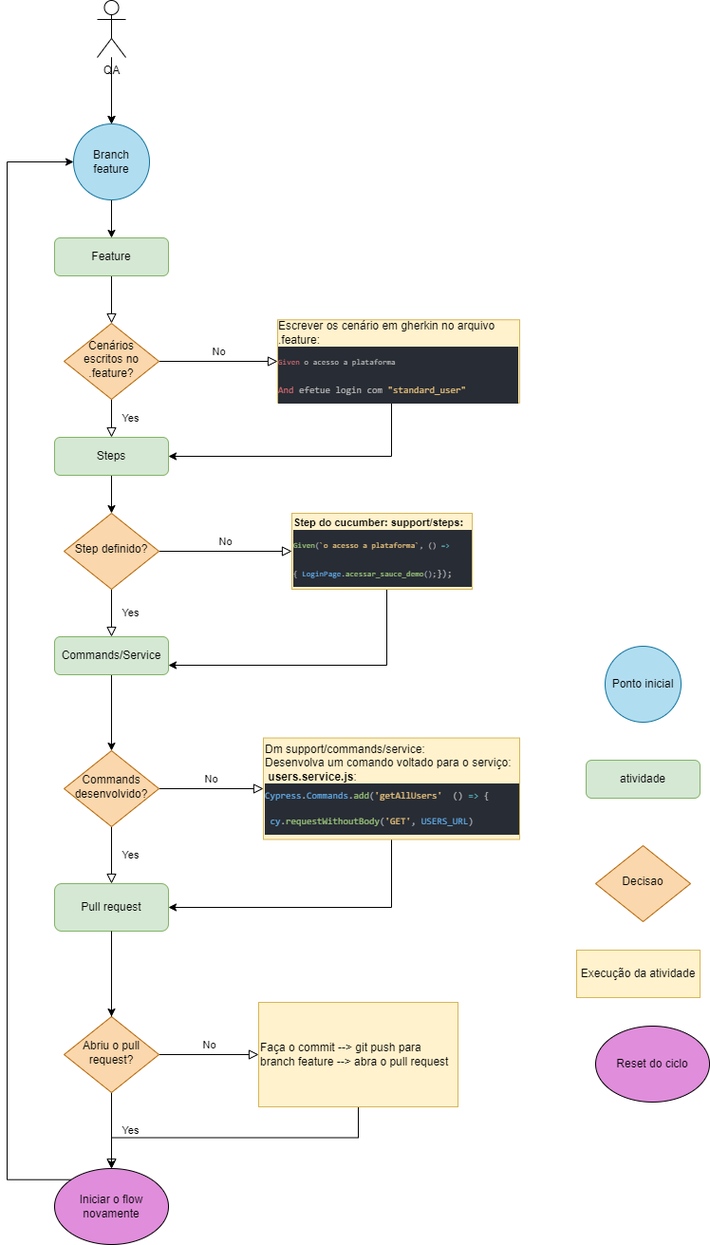
Above: workflow/Copy of image of flow_backend.drawio.png in raphaelpalhano/cypress_backend (draw.io), before the change. Source tidied: cells renumbered, new cells last; positions are measured from the earlier drawing's top-left corner, leaving out a move shared by most shapes.
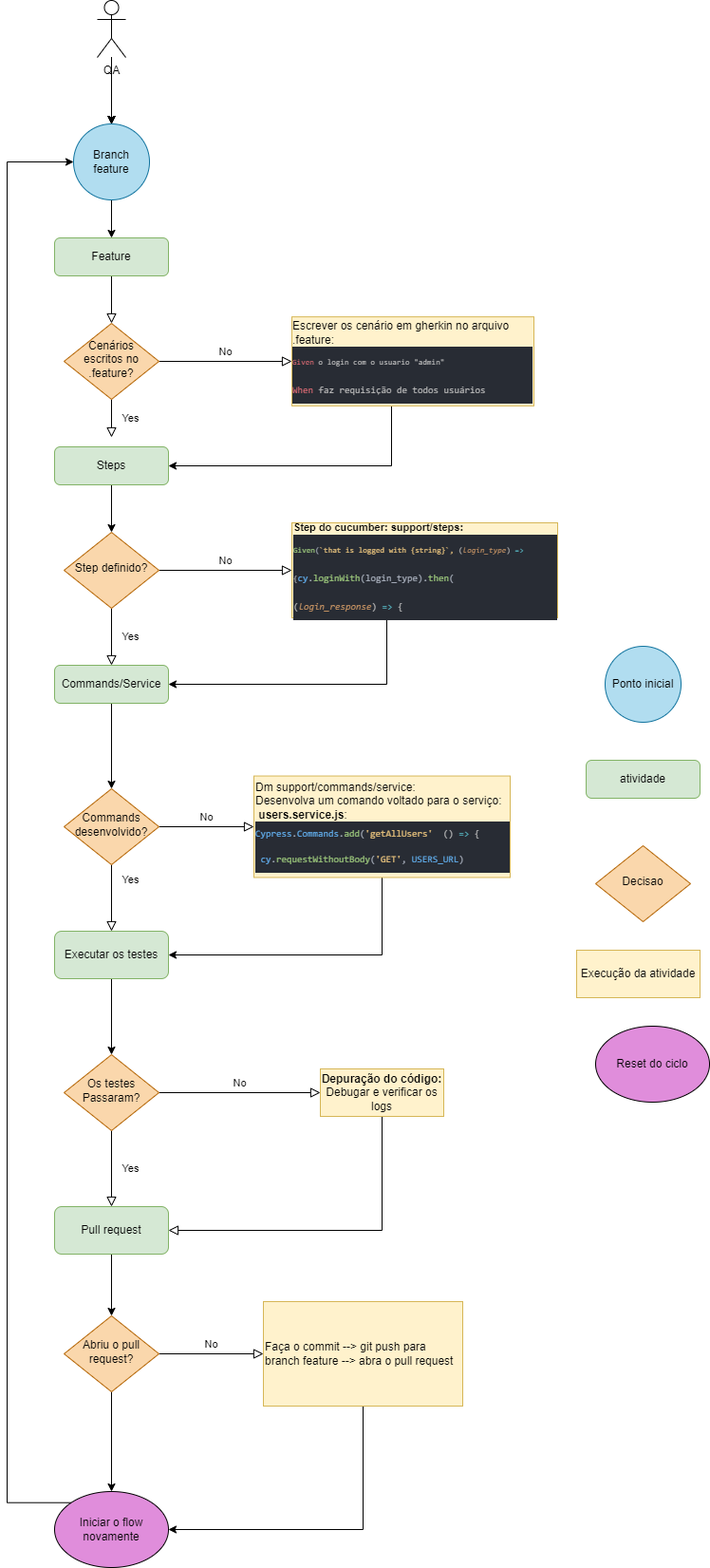
After the commit.

What changed in the source:
```diff
@@ -31,3 +31,3 @@
     <mxCell id="10" value="Steps" style="rounded=1;whiteSpace=wrap;html=1;fontSize=12;glass=0;strokeWidth=1;shadow=0;fillColor=#d5e8d4;strokeColor=#82b366;" parent="1" vertex="1">
-      <mxGeometry x="50" y="460" width="120" height="40" as="geometry" />
+      <mxGeometry x="50" y="470" width="120" height="40" as="geometry" />
     </mxCell>
@@ -39,2 +39,14 @@
     </mxCell>
+    <mxCell id="46" style="edgeStyle=orthogonalEdgeStyle;rounded=0;jettySize=auto;html=1;" parent="1" edge="1" source="13" target="8">
+      <mxGeometry relative="1" as="geometry" />
+    </mxCell>
+    <mxCell id="47" style="edgeStyle=orthogonalEdgeStyle;rounded=0;jettySize=auto;html=1;" parent="1" edge="1" source="13" target="8">
+      <mxGeometry relative="1" as="geometry" />
+    </mxCell>
+    <mxCell id="48" style="edgeStyle=orthogonalEdgeStyle;rounded=0;jettySize=auto;html=1;" parent="1" edge="1" source="13" target="8">
+      <mxGeometry relative="1" as="geometry" />
+    </mxCell>
+    <mxCell id="49" style="edgeStyle=orthogonalEdgeStyle;rounded=0;jettySize=auto;html=1;" parent="1" edge="1" source="13" target="8">
+      <mxGeometry relative="1" as="geometry" />
+    </mxCell>
     <mxCell id="13" value="QA" style="shape=umlActor;verticalLabelPosition=bottom;verticalAlign=top;html=1;outlineConnect=0;" parent="1" vertex="1">
@@ -61,5 +73,5 @@
     <mxCell id="20" value="Step definido?" style="rhombus;whiteSpace=wrap;html=1;shadow=0;fontFamily=Helvetica;fontSize=12;align=center;strokeWidth=1;spacing=6;spacingTop=-4;fillColor=#fad7ac;strokeColor=#b46504;" parent="1" vertex="1">
-      <mxGeometry x="60" y="540" width="100" height="80" as="geometry" />
+      <mxGeometry x="60" y="560" width="100" height="80" as="geometry" />
     </mxCell>
-    <mxCell id="21" style="edgeStyle=orthogonalEdgeStyle;rounded=0;jettySize=auto;html=1;" parent="1" edge="1" source="22" target="25">
+    <mxCell id="21" style="edgeStyle=orthogonalEdgeStyle;rounded=0;jettySize=auto;html=1;entryX=0.5;entryY=0;entryDx=0;entryDy=0;" parent="1" edge="1" source="22" target="25">
       <mxGeometry relative="1" as="geometry" />
@@ -67,6 +79,6 @@
     <mxCell id="22" value="Commands/Service" style="rounded=1;whiteSpace=wrap;html=1;fontSize=12;glass=0;strokeWidth=1;shadow=0;fillColor=#d5e8d4;strokeColor=#82b366;" parent="1" vertex="1">
-      <mxGeometry x="50" y="670" width="120" height="40" as="geometry" />
+      <mxGeometry x="50" y="700" width="120" height="40" as="geometry" />
     </mxCell>
-    <mxCell id="23" value="Yes" style="rounded=0;html=1;jettySize=auto;fontSize=11;endArrow=block;endFill=0;endSize=8;strokeWidth=1;shadow=0;labelBackgroundColor=none;edgeStyle=orthogonalEdgeStyle;entryX=0.5;entryY=0;entryDx=0;entryDy=0;" parent="1" edge="1" source="25" target="34">
-      <mxGeometry y="20" relative="1" as="geometry" />
+    <mxCell id="23" value="Yes" style="rounded=0;html=1;jettySize=auto;fontSize=11;endArrow=block;endFill=0;endSize=8;strokeWidth=1;shadow=0;labelBackgroundColor=none;edgeStyle=orthogonalEdgeStyle;exitX=0.5;exitY=1;exitDx=0;exitDy=0;entryX=0.5;entryY=0;entryDx=0;entryDy=0;" parent="1" edge="1" source="25" target="56">
+      <mxGeometry x="-0.56" y="20" relative="1" as="geometry" />
     </mxCell>
@@ -76,9 +88,9 @@
     <mxCell id="25" value="Commands desenvolvido?" style="rhombus;whiteSpace=wrap;html=1;shadow=0;fontFamily=Helvetica;fontSize=12;align=center;strokeWidth=1;spacing=6;spacingTop=-4;fillColor=#fad7ac;strokeColor=#b46504;" parent="1" vertex="1">
-      <mxGeometry x="60" y="790" width="100" height="80" as="geometry" />
+      <mxGeometry x="60" y="830" width="100" height="80" as="geometry" />
     </mxCell>
-    <mxCell id="26" style="edgeStyle=orthogonalEdgeStyle;rounded=0;jettySize=auto;html=1;exitX=0.5;exitY=1;exitDx=0;exitDy=0;entryX=1;entryY=0.5;entryDx=0;entryDy=0;" parent="1" edge="1" source="27" target="34">
-      <mxGeometry relative="1" as="geometry" />
-    </mxCell>
+    <mxCell id="50" style="edgeStyle=orthogonalEdgeStyle;rounded=0;jettySize=auto;html=1;exitX=0.5;exitY=1;exitDx=0;exitDy=0;entryX=1;entryY=0.5;entryDx=0;entryDy=0;" parent="1" edge="1" source="27" target="56">
+      <mxGeometry relative="1" as="geometry" />
+    </mxCell>
     <mxCell id="27" value="Dm support/commands/service:&lt;br&gt;Desenvolva um comando voltado para o serviço:&lt;br&gt;&amp;nbsp;&lt;b&gt;users.service.js&lt;/b&gt;:&lt;br&gt;&lt;div style=&quot;background-color: rgb(40 , 44 , 52) ; font-family: &amp;#34;consolas&amp;#34; , &amp;#34;courier new&amp;#34; , monospace ; line-height: 27px ; font-size: 10px&quot;&gt;&lt;div&gt;&lt;span style=&quot;color: rgb(97 , 175 , 239)&quot;&gt;Cypress&lt;/span&gt;&lt;span style=&quot;color: rgb(171 , 178 , 191)&quot;&gt;.&lt;/span&gt;&lt;span style=&quot;color: rgb(97 , 175 , 239)&quot;&gt;Commands&lt;/span&gt;&lt;span style=&quot;color: rgb(171 , 178 , 191)&quot;&gt;.&lt;/span&gt;&lt;span style=&quot;color: rgb(152 , 195 , 121)&quot;&gt;add&lt;/span&gt;&lt;span style=&quot;color: rgb(171 , 178 , 191)&quot;&gt;(&lt;/span&gt;&lt;span style=&quot;color: rgb(229 , 192 , 123)&quot;&gt;'getAllUsers'&lt;/span&gt;&lt;font color=&quot;#abb2bf&quot;&gt;&amp;nbsp; &lt;/font&gt;&lt;font color=&quot;#bbbbbb&quot;&gt;() &lt;/font&gt;&lt;span style=&quot;color: rgb(86 , 182 , 194)&quot;&gt;=&amp;gt;&lt;/span&gt;&lt;font color=&quot;#bbbbbb&quot;&gt; {&amp;nbsp; &amp;nbsp;&lt;/font&gt;&lt;span style=&quot;color: rgb(97 , 175 , 239)&quot;&gt;cy&lt;/span&gt;&lt;span style=&quot;color: rgb(171 , 178 , 191)&quot;&gt;.&lt;/span&gt;&lt;span style=&quot;color: rgb(152 , 195 , 121)&quot;&gt;requestWithoutBody&lt;/span&gt;&lt;span style=&quot;color: rgb(171 , 178 , 191)&quot;&gt;(&lt;/span&gt;&lt;span style=&quot;color: rgb(229 , 192 , 123)&quot;&gt;'GET'&lt;/span&gt;&lt;span style=&quot;color: rgb(171 , 178 , 191)&quot;&gt;,&lt;/span&gt; &lt;span style=&quot;color: rgb(97 , 175 , 239)&quot;&gt;USERS_URL&lt;/span&gt;&lt;span style=&quot;color: rgb(171 , 178 , 191)&quot;&gt;)&lt;/span&gt;&lt;/div&gt;&lt;/div&gt;" style="rounded=1;whiteSpace=wrap;html=1;fontSize=12;glass=0;strokeWidth=1;shadow=0;fillColor=#fff2cc;strokeColor=#d6b656;arcSize=0;align=left;" parent="1" vertex="1">
-      <mxGeometry x="270" y="776.6" width="270" height="106.9" as="geometry" />
+      <mxGeometry x="260" y="816.6" width="270" height="106.9" as="geometry" />
     </mxCell>
@@ -94,5 +106,2 @@
     </mxCell>
-    <mxCell id="30" value="Yes" style="rounded=0;html=1;jettySize=auto;fontSize=11;endArrow=block;endFill=0;endSize=8;strokeWidth=1;shadow=0;labelBackgroundColor=none;edgeStyle=orthogonalEdgeStyle;entryX=0.5;entryY=0;entryDx=0;entryDy=0;startArrow=none;" parent="1" edge="1" source="39" target="32">
-      <mxGeometry y="20" relative="1" as="geometry" />
-    </mxCell>
     <mxCell id="31" style="edgeStyle=orthogonalEdgeStyle;rounded=0;jettySize=auto;html=1;exitX=0;exitY=0;exitDx=0;exitDy=0;entryX=0;entryY=0.5;entryDx=0;entryDy=0;" parent="1" edge="1" source="32" target="8">
@@ -100,3 +109,3 @@
         <Array as="points">
-          <mxPoint y="1242" />
+          <mxPoint y="1582" />
           <mxPoint y="170" />
@@ -106,10 +115,4 @@
     <mxCell id="32" value="Iniciar o flow novamente" style="ellipse;whiteSpace=wrap;html=1;fillColor=#E08DDB;" parent="1" vertex="1">
-      <mxGeometry x="50" y="1230" width="120" height="80" as="geometry" />
+      <mxGeometry x="50" y="1570" width="120" height="80" as="geometry" />
     </mxCell>
-    <mxCell id="33" style="edgeStyle=orthogonalEdgeStyle;rounded=0;jettySize=auto;html=1;" parent="1" edge="1" source="34" target="39">
-      <mxGeometry relative="1" as="geometry" />
-    </mxCell>
-    <mxCell id="34" value="Pull request" style="rounded=1;whiteSpace=wrap;html=1;fontSize=12;glass=0;strokeWidth=1;shadow=0;fillColor=#d5e8d4;strokeColor=#82b366;" parent="1" vertex="1">
-      <mxGeometry x="50" y="930" width="120" height="50" as="geometry" />
-    </mxCell>
     <mxCell id="35" value="No" style="edgeStyle=orthogonalEdgeStyle;rounded=0;html=1;jettySize=auto;fontSize=11;endArrow=block;endFill=0;endSize=8;strokeWidth=1;shadow=0;labelBackgroundColor=none;entryX=0;entryY=0.5;entryDx=0;entryDy=0;" parent="1" edge="1" source="39" target="37">
@@ -117,19 +120,22 @@
     </mxCell>
-    <mxCell id="36" style="edgeStyle=orthogonalEdgeStyle;rounded=0;jettySize=auto;html=1;exitX=0.5;exitY=1;exitDx=0;exitDy=0;" parent="1" edge="1" source="37" target="32">
-      <mxGeometry relative="1" as="geometry" />
+    <mxCell id="36" style="edgeStyle=orthogonalEdgeStyle;rounded=0;jettySize=auto;html=1;exitX=0.5;exitY=1;exitDx=0;exitDy=0;entryX=1;entryY=0.5;entryDx=0;entryDy=0;" parent="1" edge="1" source="37" target="32">
+      <mxGeometry relative="1" as="geometry">
+        <Array as="points">
+          <mxPoint x="375" y="1610" />
+        </Array>
+      </mxGeometry>
     </mxCell>
     <mxCell id="37" value="Faça o commit --&amp;gt; git push para branch feature --&amp;gt; abra o pull request" style="rounded=1;whiteSpace=wrap;html=1;fontSize=12;glass=0;strokeWidth=1;shadow=0;fillColor=#fff2cc;strokeColor=#d6b656;arcSize=0;align=left;" parent="1" vertex="1">
-      <mxGeometry x="265" y="1055" width="210" height="110" as="geometry" />
+      <mxGeometry x="270" y="1370" width="210" height="110" as="geometry" />
     </mxCell>
-    <mxCell id="38" style="rounded=0;html=1;jettySize=auto;fontSize=11;endArrow=none;endFill=0;endSize=8;strokeWidth=1;shadow=0;labelBackgroundColor=none;edgeStyle=orthogonalEdgeStyle;entryX=0.5;entryY=0;entryDx=0;entryDy=0;" parent="1" edge="1" source="39">
-      <mxGeometry y="20" relative="1" as="geometry">
-        <mxPoint x="110" y="1182.5" as="targetPoint" />
-      </mxGeometry>
-    </mxCell>
+    <mxCell id="51" style="edgeStyle=orthogonalEdgeStyle;rounded=0;jettySize=auto;html=1;exitX=0.5;exitY=1;exitDx=0;exitDy=0;entryX=0.5;entryY=0;entryDx=0;entryDy=0;" parent="1" edge="1" source="39" target="32">
+      <mxGeometry relative="1" as="geometry">
+        <Array as="points">
+          <mxPoint x="110" y="1570" />
+        </Array>
+      </mxGeometry>
+    </mxCell>
     <mxCell id="39" value="Abriu o pull request?" style="rhombus;whiteSpace=wrap;html=1;shadow=0;fontFamily=Helvetica;fontSize=12;align=center;strokeWidth=1;spacing=6;spacingTop=-4;fillColor=#fad7ac;strokeColor=#b46504;" parent="1" vertex="1">
-      <mxGeometry x="60" y="1070" width="100" height="80" as="geometry" />
+      <mxGeometry x="60" y="1385" width="100" height="80" as="geometry" />
     </mxCell>
-    <mxCell id="40" style="rounded=0;html=1;jettySize=auto;fontSize=11;endArrow=none;endFill=0;endSize=8;strokeWidth=1;shadow=0;labelBackgroundColor=none;edgeStyle=orthogonalEdgeStyle;entryX=0.5;entryY=0;entryDx=0;entryDy=0;startArrow=none;" parent="1" edge="1" source="34" target="39">
-      <mxGeometry y="20" relative="1" as="geometry" />
-    </mxCell>
     <mxCell id="41" value="Reset do ciclo" style="ellipse;whiteSpace=wrap;html=1;fillColor=#E08DDB;" parent="1" vertex="1">
@@ -140,3 +146,3 @@
         <Array as="points">
-          <mxPoint x="405" y="480" />
+          <mxPoint x="405" y="490" />
         </Array>
@@ -144,9 +150,9 @@
     </mxCell>
-    <mxCell id="43" value="&lt;div style=&quot;text-align: left&quot;&gt;&lt;span&gt;Escrever os cenário em gherkin no arquivo .feature:&lt;/span&gt;&lt;/div&gt;&lt;div style=&quot;text-align: left ; font-size: 10px&quot;&gt;&lt;div style=&quot;color: rgb(187 , 187 , 187) ; background-color: rgb(40 , 44 , 52) ; font-family: &amp;#34;consolas&amp;#34; , &amp;#34;courier new&amp;#34; , monospace ; line-height: 27px&quot;&gt;&lt;div&gt;&lt;sub&gt;&lt;span style=&quot;color: #e06c75&quot;&gt;Given &lt;/span&gt;o acesso a plataforma&lt;/sub&gt;&lt;/div&gt;&lt;div&gt;&lt;span style=&quot;vertical-align: sub ; color: rgb(224 , 108 , 117)&quot;&gt;And &lt;/span&gt;&lt;span style=&quot;vertical-align: sub&quot;&gt;efetue login com &lt;/span&gt;&lt;span style=&quot;vertical-align: sub ; color: rgb(229 , 192 , 123)&quot;&gt;&quot;standard_user&quot;&lt;/span&gt;&lt;/div&gt;&lt;/div&gt;&lt;/div&gt;" style="rounded=1;whiteSpace=wrap;html=1;fontSize=12;glass=0;strokeWidth=1;shadow=0;fillColor=#fff2cc;strokeColor=#d6b656;arcSize=0;" parent="1" vertex="1">
-      <mxGeometry x="285" y="336.2" width="255" height="87.5" as="geometry" />
+    <mxCell id="43" value="&lt;div style=&quot;text-align: left&quot;&gt;&lt;span&gt;Escrever os cenário em gherkin no arquivo .feature:&lt;/span&gt;&lt;/div&gt;&lt;div style=&quot;text-align: left ; font-size: 10px&quot;&gt;&lt;div style=&quot;color: rgb(187 , 187 , 187) ; background-color: rgb(40 , 44 , 52) ; font-family: &amp;#34;consolas&amp;#34; , &amp;#34;courier new&amp;#34; , monospace ; line-height: 27px&quot;&gt;&lt;div&gt;&lt;sub&gt;&lt;span style=&quot;color: #e06c75&quot;&gt;Given &lt;/span&gt;o login com o usuario &quot;admin&quot;&lt;/sub&gt;&lt;/div&gt;&lt;div&gt;&lt;span style=&quot;vertical-align: sub ; color: rgb(224 , 108 , 117)&quot;&gt;When&amp;nbsp;&lt;/span&gt;&lt;span style=&quot;vertical-align: sub&quot;&gt;faz requisição de todos usuários&amp;nbsp;&lt;/span&gt;&lt;/div&gt;&lt;/div&gt;&lt;/div&gt;" style="rounded=1;whiteSpace=wrap;html=1;fontSize=12;glass=0;strokeWidth=1;shadow=0;fillColor=#fff2cc;strokeColor=#d6b656;arcSize=0;" parent="1" vertex="1">
+      <mxGeometry x="300" y="333.1" width="255" height="93.8" as="geometry" />
     </mxCell>
-    <mxCell id="44" style="edgeStyle=orthogonalEdgeStyle;rounded=0;jettySize=auto;html=1;entryX=1;entryY=0.75;entryDx=0;entryDy=0;fontSize=10;" parent="1" edge="1" source="45" target="22">
+    <mxCell id="44" style="edgeStyle=orthogonalEdgeStyle;rounded=0;jettySize=auto;html=1;fontSize=10;entryX=1;entryY=0.5;entryDx=0;entryDy=0;" parent="1" edge="1" source="45" target="22">
       <mxGeometry relative="1" as="geometry">
         <Array as="points">
-          <mxPoint x="400" y="700" />
+          <mxPoint x="400" y="720" />
         </Array>
@@ -154,5 +160,32 @@
     </mxCell>
-    <mxCell id="45" value="&lt;b&gt;&lt;font style=&quot;font-size: 11px&quot;&gt;Step do cucumber: support/steps:&lt;/font&gt;&lt;br&gt;&lt;/b&gt;&lt;div style=&quot;color: rgb(187 , 187 , 187) ; background-color: rgb(40 , 44 , 52) ; font-family: &amp;#34;consolas&amp;#34; , &amp;#34;courier new&amp;#34; , monospace ; line-height: 27px ; font-size: 10px&quot;&gt;&lt;div&gt;&lt;sub&gt;&lt;span style=&quot;color: #98c379&quot;&gt;Given&lt;/span&gt;&lt;span style=&quot;color: #abb2bf&quot;&gt;(&lt;/span&gt;&lt;span style=&quot;color: #e5c07b&quot;&gt;`o acesso a plataforma`&lt;/span&gt;&lt;span style=&quot;color: #abb2bf&quot;&gt;,&lt;/span&gt; () &lt;span style=&quot;color: #56b6c2&quot;&gt;=&amp;gt;&lt;/span&gt; {&lt;/sub&gt;&lt;sub&gt;&amp;nbsp;&lt;span style=&quot;color: #61afef&quot;&gt;LoginPage&lt;/span&gt;&lt;span style=&quot;color: #abb2bf&quot;&gt;.&lt;/span&gt;&lt;span style=&quot;color: #98c379&quot;&gt;acessar_sauce_demo&lt;/span&gt;&lt;span style=&quot;color: #abb2bf&quot;&gt;()&lt;/span&gt;;&lt;/sub&gt;&lt;span style=&quot;vertical-align: sub&quot;&gt;}&lt;/span&gt;&lt;span style=&quot;vertical-align: sub ; color: rgb(171 , 178 , 191)&quot;&gt;)&lt;/span&gt;&lt;span style=&quot;vertical-align: sub&quot;&gt;;&lt;/span&gt;&lt;/div&gt;&lt;/div&gt;" style="rounded=1;whiteSpace=wrap;html=1;fontSize=12;glass=0;strokeWidth=1;shadow=0;fillColor=#fff2cc;strokeColor=#d6b656;arcSize=0;align=left;" parent="1" vertex="1">
-      <mxGeometry x="300" y="540" width="190" height="80" as="geometry" />
+    <mxCell id="45" value="&lt;b&gt;&lt;font style=&quot;font-size: 11px&quot;&gt;Step do cucumber: support/steps:&lt;/font&gt;&lt;br&gt;&lt;/b&gt;&lt;div style=&quot;background-color: rgb(40 , 44 , 52) ; font-family: &amp;#34;consolas&amp;#34; , &amp;#34;courier new&amp;#34; , monospace ; line-height: 27px ; font-size: 10px&quot;&gt;&lt;div style=&quot;font-family: &amp;#34;consolas&amp;#34; , &amp;#34;courier new&amp;#34; , monospace ; line-height: 27px&quot;&gt;&lt;div&gt;&lt;sub&gt;&lt;span style=&quot;color: rgb(152 , 195 , 121)&quot;&gt;Given&lt;/span&gt;&lt;span style=&quot;color: rgb(171 , 178 , 191)&quot;&gt;(&lt;/span&gt;&lt;span style=&quot;color: rgb(229 , 192 , 123)&quot;&gt;`that is logged with {string}`,&lt;/span&gt;&lt;font color=&quot;#abb2bf&quot;&gt;&amp;nbsp;&lt;/font&gt;&lt;font color=&quot;#bbbbbb&quot;&gt;(&lt;/font&gt;&lt;span style=&quot;color: rgb(209 , 154 , 102) ; font-style: italic&quot;&gt;login_type&lt;/span&gt;&lt;font color=&quot;#bbbbbb&quot;&gt;) &lt;/font&gt;&lt;span style=&quot;color: rgb(86 , 182 , 194)&quot;&gt;=&amp;gt;&lt;/span&gt;&lt;font color=&quot;#bbbbbb&quot;&gt; {&lt;/font&gt;&lt;/sub&gt;&lt;span style=&quot;color: rgb(97 , 175 , 239) ; vertical-align: sub&quot;&gt;cy&lt;/span&gt;&lt;span style=&quot;color: rgb(171 , 178 , 191) ; vertical-align: sub&quot;&gt;.&lt;/span&gt;&lt;span style=&quot;color: rgb(152 , 195 , 121) ; vertical-align: sub&quot;&gt;loginWith&lt;/span&gt;&lt;span style=&quot;color: rgb(171 , 178 , 191) ; vertical-align: sub&quot;&gt;(login_type).&lt;/span&gt;&lt;span style=&quot;color: rgb(152 , 195 , 121) ; vertical-align: sub&quot;&gt;then&lt;/span&gt;&lt;span style=&quot;color: rgb(171 , 178 , 191) ; vertical-align: sub&quot;&gt;(&lt;/span&gt;&lt;/div&gt;&lt;div&gt;&lt;span style=&quot;color: rgb(187 , 187 , 187) ; vertical-align: sub&quot;&gt;(&lt;/span&gt;&lt;span style=&quot;color: rgb(209 , 154 , 102) ; vertical-align: sub ; font-style: italic&quot;&gt;login_response&lt;/span&gt;&lt;span style=&quot;color: rgb(187 , 187 , 187) ; vertical-align: sub&quot;&gt;) &lt;/span&gt;&lt;span style=&quot;color: rgb(86 , 182 , 194) ; vertical-align: sub&quot;&gt;=&amp;gt;&lt;/span&gt;&lt;span style=&quot;color: rgb(187 , 187 , 187) ; vertical-align: sub&quot;&gt; {&lt;/span&gt;&lt;/div&gt;&lt;/div&gt;&lt;/div&gt;" style="rounded=1;whiteSpace=wrap;html=1;fontSize=12;glass=0;strokeWidth=1;shadow=0;fillColor=#fff2cc;strokeColor=#d6b656;arcSize=0;align=left;" parent="1" vertex="1">
+      <mxGeometry x="300" y="550" width="280" height="100" as="geometry" />
     </mxCell>
+    <mxCell id="52" style="edgeStyle=orthogonalEdgeStyle;shape=connector;rounded=0;jettySize=auto;html=1;exitX=0.5;exitY=1;exitDx=0;exitDy=0;entryX=1;entryY=0.5;entryDx=0;entryDy=0;shadow=0;labelBackgroundColor=none;fontFamily=Helvetica;fontSize=10;fontColor=default;endArrow=block;endFill=0;endSize=8;strokeColor=default;strokeWidth=1;" parent="1" edge="1" source="53" target="34">
+      <mxGeometry relative="1" as="geometry" />
+    </mxCell>
+    <mxCell id="53" value="&lt;font style=&quot;font-size: 12px&quot;&gt;&lt;b&gt;Depuração do código:&lt;/b&gt; Debugar e verificar os logs&lt;/font&gt;" style="rounded=1;whiteSpace=wrap;html=1;fontSize=12;glass=0;strokeWidth=1;shadow=0;fillColor=#fff2cc;strokeColor=#d6b656;arcSize=0;" parent="1" vertex="1">
+      <mxGeometry x="330" y="1125" width="130" height="50" as="geometry" />
+    </mxCell>
+    <mxCell id="54" style="edgeStyle=orthogonalEdgeStyle;rounded=0;jettySize=auto;html=1;" parent="1" edge="1" source="34" target="39">
+      <mxGeometry relative="1" as="geometry" />
+    </mxCell>
+    <mxCell id="34" value="Pull request" style="rounded=1;whiteSpace=wrap;html=1;fontSize=12;glass=0;strokeWidth=1;shadow=0;fillColor=#d5e8d4;strokeColor=#82b366;" parent="1" vertex="1">
+      <mxGeometry x="50" y="1270" width="120" height="50" as="geometry" />
+    </mxCell>
+    <mxCell id="55" style="edgeStyle=orthogonalEdgeStyle;rounded=0;jettySize=auto;html=1;" parent="1" edge="1" source="56" target="58">
+      <mxGeometry relative="1" as="geometry" />
+    </mxCell>
+    <mxCell id="56" value="Executar os testes" style="rounded=1;whiteSpace=wrap;html=1;fontSize=12;glass=0;strokeWidth=1;shadow=0;fillColor=#d5e8d4;strokeColor=#82b366;" parent="1" vertex="1">
+      <mxGeometry x="50" y="980" width="120" height="50" as="geometry" />
+    </mxCell>
+    <mxCell id="30" value="Yes" style="rounded=0;html=1;jettySize=auto;fontSize=11;endArrow=block;endFill=0;endSize=8;strokeWidth=1;shadow=0;labelBackgroundColor=none;edgeStyle=orthogonalEdgeStyle;entryX=0.5;entryY=0;entryDx=0;entryDy=0;" parent="1" edge="1" source="58" target="34">
+      <mxGeometry y="20" relative="1" as="geometry" />
+    </mxCell>
+    <mxCell id="57" value="No" style="edgeStyle=orthogonalEdgeStyle;rounded=0;html=1;jettySize=auto;fontSize=11;endArrow=block;endFill=0;endSize=8;strokeWidth=1;shadow=0;labelBackgroundColor=none;entryX=0;entryY=0.5;entryDx=0;entryDy=0;" parent="1" edge="1" source="58" target="53">
+      <mxGeometry y="10" relative="1" as="geometry" />
+    </mxCell>
+    <mxCell id="58" value="Os testes Passaram?" style="rhombus;whiteSpace=wrap;html=1;shadow=0;fontFamily=Helvetica;fontSize=12;align=center;strokeWidth=1;spacing=6;spacingTop=-4;fillColor=#fad7ac;strokeColor=#b46504;" parent="1" vertex="1">
+      <mxGeometry x="60" y="1110" width="100" height="80" as="geometry" />
+    </mxCell>
   </root>
```
